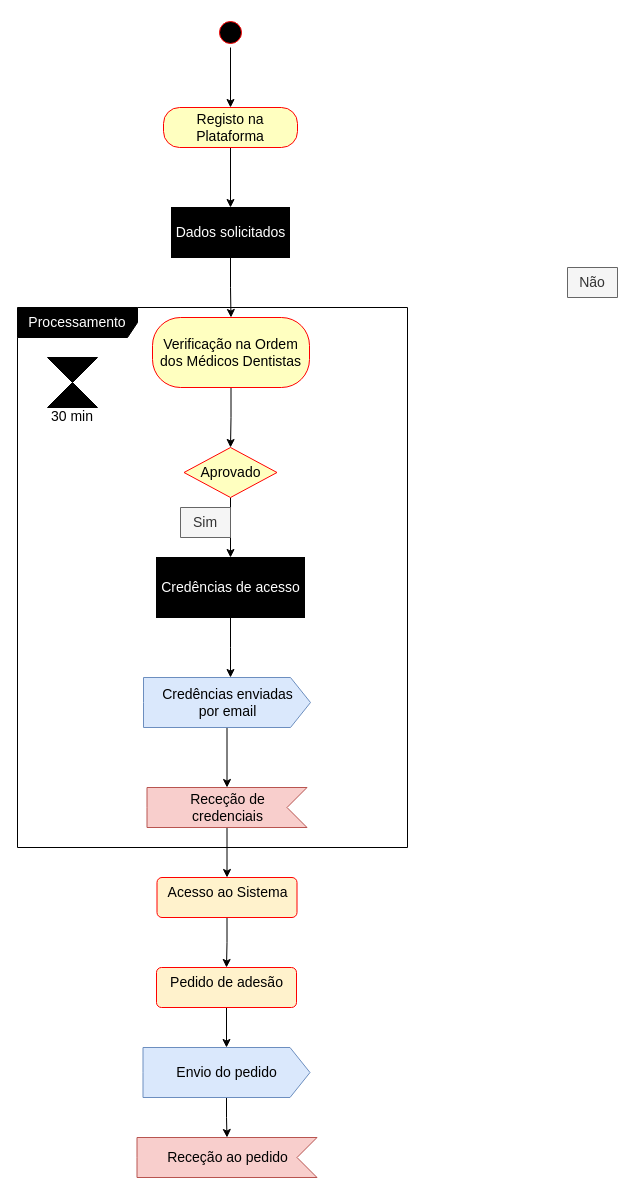
DavidAraujo98/AS keeps this draw.io diagram as P/P1/ex1_3.drawio. Above is the earlier version. Source tidied: cells renumbered, new cells numbered last; positions are measured from the earlier drawing's top-left corner, leaving out a move shared by most shapes. Both pictures are drawn from the tidied source at 100%, with x=0, y=0 at pixel (17, 17).
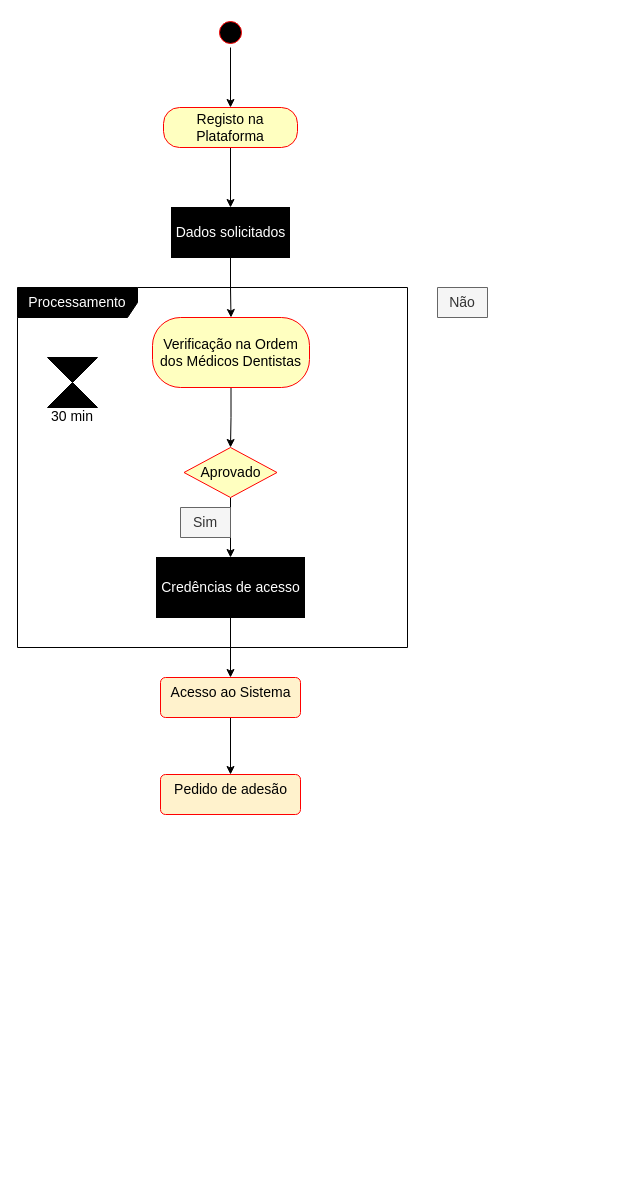
The same page after the edit.

What changed in the source:
```diff
@@
     <mxCell id="2" value="Processamento" style="shape=umlFrame;whiteSpace=wrap;html=1;labelBackgroundColor=none;labelBorderColor=none;fontSize=14;fontColor=#FFFFFF;fillColor=#000000;gradientColor=none;width=120;height=30;" parent="1" vertex="1">
-      <mxGeometry y="290" width="390" height="540" as="geometry" />
+      <mxGeometry y="270" width="390" height="360" as="geometry" />
     </mxCell>
@@
-    <mxCell id="15" style="edgeStyle=orthogonalEdgeStyle;rounded=0;jettySize=auto;html=1;fontSize=14;fontColor=#000000;" parent="1" edge="1" source="16" target="18">
-      <mxGeometry relative="1" as="geometry" />
-    </mxCell>
-    <mxCell id="16" value="&lt;font color=&quot;#000000&quot;&gt;Credências enviadas&lt;br&gt;por email&lt;/font&gt;" style="html=1;shape=mxgraph.infographic.ribbonSimple;notch1=0;notch2=20;align=center;verticalAlign=middle;fontSize=14;fontStyle=0;fillColor=#dae8fc;strokeColor=#6c8ebf;" parent="1" vertex="1">
-      <mxGeometry x="126" y="660" width="167" height="50" as="geometry" />
-    </mxCell>
-    <mxCell id="17" style="edgeStyle=orthogonalEdgeStyle;rounded=0;jettySize=auto;html=1;labelBorderColor=none;fontSize=14;fontColor=#000000;" parent="1" edge="1" source="18" target="23">
-      <mxGeometry relative="1" as="geometry" />
-    </mxCell>
-    <mxCell id="18" value="Receção de&lt;br&gt;credenciais" style="html=1;shape=mxgraph.infographic.ribbonSimple;notch1=20;notch2=0;align=center;verticalAlign=middle;fontSize=14;fontStyle=0;flipH=1;fillColor=#f8cecc;strokeColor=#b85450;" parent="1" vertex="1">
-      <mxGeometry x="129.5" y="770" width="160" height="40" as="geometry" />
-    </mxCell>
@@
     <mxCell id="20" value="Não" style="shape=note2;boundedLbl=1;whiteSpace=wrap;html=1;size=0;verticalAlign=top;align=center;fontSize=14;fontColor=#333333;fillColor=#f5f5f5;labelBackgroundColor=none;labelBorderColor=none;strokeColor=#666666;" parent="1" vertex="1">
-      <mxGeometry x="550" y="250" width="50" height="30" as="geometry" />
+      <mxGeometry x="420" y="270" width="50" height="30" as="geometry" />
     </mxCell>
@@
     <mxCell id="23" value="Acesso ao Sistema" style="html=1;align=center;verticalAlign=top;rounded=1;absoluteArcSize=1;arcSize=10;dashed=0;labelBackgroundColor=none;labelBorderColor=none;fontSize=14;fillColor=#FFF2CC;strokeColor=#FF0000;" parent="1" vertex="1">
-      <mxGeometry x="139.5" y="860" width="140" height="40" as="geometry" />
+      <mxGeometry x="143" y="660" width="140" height="40" as="geometry" />
     </mxCell>
-    <mxCell id="24" style="edgeStyle=orthogonalEdgeStyle;rounded=0;jettySize=auto;html=1;labelBorderColor=none;fontSize=14;fontColor=#000000;" parent="1" edge="1" source="25" target="27">
-      <mxGeometry relative="1" as="geometry" />
-    </mxCell>
     <mxCell id="25" value="Pedido de adesão" style="html=1;align=center;verticalAlign=top;rounded=1;absoluteArcSize=1;arcSize=10;dashed=0;labelBackgroundColor=none;labelBorderColor=none;fontSize=14;fillColor=#FFF2CC;strokeColor=#FF0000;" parent="1" vertex="1">
-      <mxGeometry x="139" y="950" width="140" height="40" as="geometry" />
+      <mxGeometry x="143" y="757" width="140" height="40" as="geometry" />
     </mxCell>
-    <mxCell id="26" style="edgeStyle=orthogonalEdgeStyle;rounded=0;jettySize=auto;html=1;labelBorderColor=none;fontSize=14;fontColor=#000000;" parent="1" edge="1" source="27" target="28">
-      <mxGeometry relative="1" as="geometry" />
-    </mxCell>
-    <mxCell id="27" value="Envio do pedido" style="html=1;shape=mxgraph.infographic.ribbonSimple;notch1=0;notch2=20;align=center;verticalAlign=middle;fontSize=14;fontStyle=0;fillColor=#dae8fc;strokeColor=#6c8ebf;" parent="1" vertex="1">
-      <mxGeometry x="125.5" y="1030" width="167" height="50" as="geometry" />
-    </mxCell>
-    <mxCell id="28" value="Receção ao pedido" style="html=1;shape=mxgraph.infographic.ribbonSimple;notch1=20;notch2=0;align=center;verticalAlign=middle;fontSize=14;fontStyle=0;flipH=1;fillColor=#f8cecc;strokeColor=#b85450;" parent="1" vertex="1">
-      <mxGeometry x="119.5" y="1120" width="180" height="40" as="geometry" />
-    </mxCell>
```
